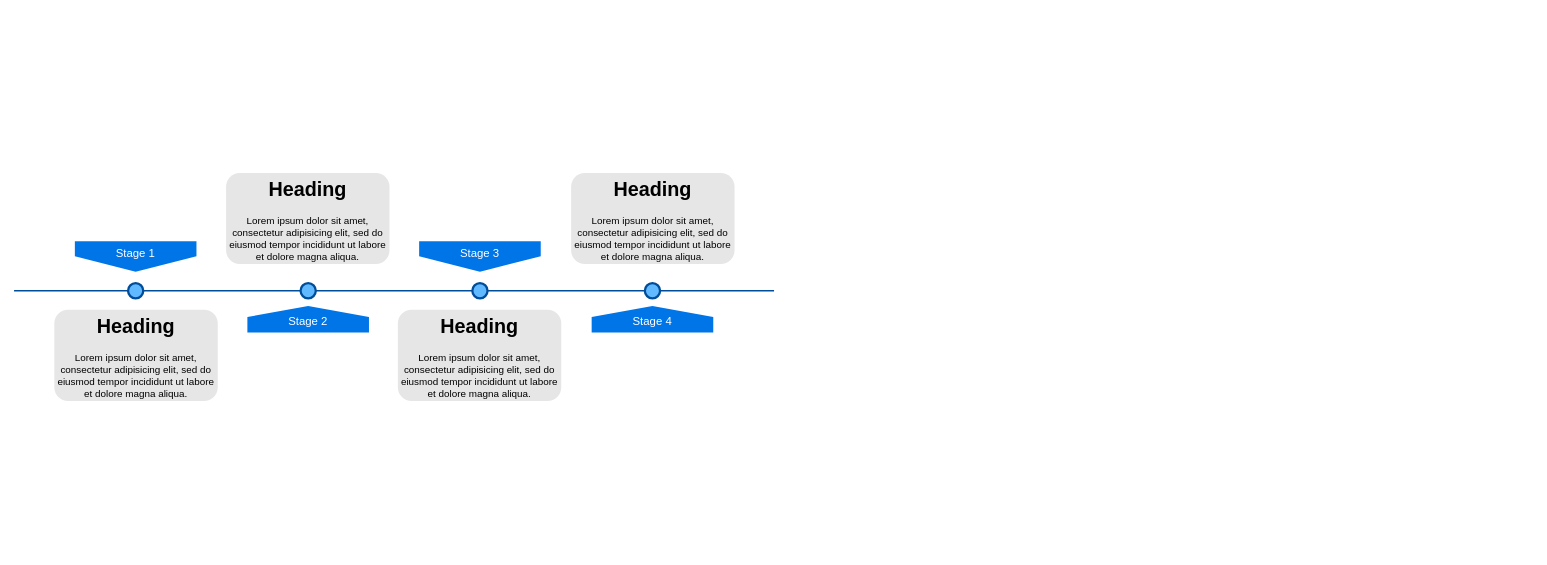
Before: 未命名绘图.drawio in warmsheep/my-example, a draw.io diagram. Source tidied: cells renumbered, new cells numbered last; positions are measured from the earlier drawing's top-left corner, leaving out a move shared by most shapes. Both pictures are drawn from the tidied source at 76%, with x=0, y=0 at pixel (14, 173).
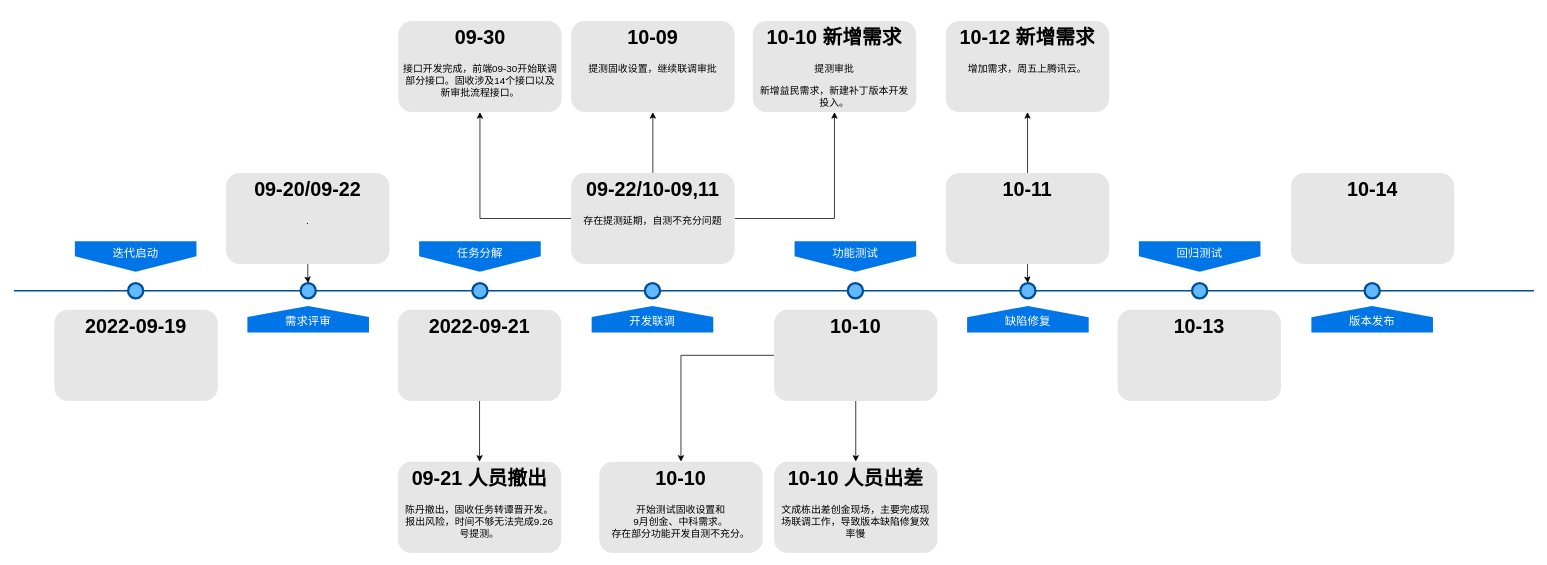
The same page after the edit.

Commit message:
更新未命名绘图.drawio

The change refers to these unchanged cells:
```xml
<mxCell id="8" style="ellipse;whiteSpace=wrap;html=1;fillColor=#61BAFF;fontSize=28;fontColor=#004D99;strokeWidth=3;strokeColor=#004D99;" parent="1" vertex="1">
  <mxGeometry x="377" y="145" width="20" height="20" as="geometry" />
</mxCell>
```

Diff of the diagram source:
```diff
@@
-    <mxCell id="3" value="Stage 1" style="shape=offPageConnector;whiteSpace=wrap;html=1;fillColor=#0075E8;fontSize=15;fontColor=#FFFFFF;size=0.5093750000000015;verticalAlign=top;strokeColor=none;" parent="1" vertex="1">
+    <mxCell id="3" value="迭代启动" style="shape=offPageConnector;whiteSpace=wrap;html=1;fillColor=#0075E8;fontSize=15;fontColor=#FFFFFF;size=0.5093750000000015;verticalAlign=top;strokeColor=none;" parent="1" vertex="1">
       <mxGeometry x="80" y="90" width="160" height="40" as="geometry" />
     </mxCell>
-    <mxCell id="4" value="&lt;span&gt;Stage 3&lt;/span&gt;" style="shape=offPageConnector;whiteSpace=wrap;html=1;fillColor=#0075E8;fontSize=15;fontColor=#FFFFFF;size=0.5093750000000015;verticalAlign=top;strokeColor=none;" parent="1" vertex="1">
+    <mxCell id="4" value="任务分解" style="shape=offPageConnector;whiteSpace=wrap;html=1;fillColor=#0075E8;fontSize=15;fontColor=#FFFFFF;size=0.5093750000000015;verticalAlign=top;strokeColor=none;" parent="1" vertex="1">
       <mxGeometry x="533" y="90" width="160" height="40" as="geometry" />
     </mxCell>
-    <mxCell id="5" value="&lt;span&gt;Stage 2&lt;/span&gt;" style="shape=offPageConnector;whiteSpace=wrap;html=1;fillColor=#0075E8;fontSize=15;fontColor=#FFFFFF;size=0.4178571428571445;flipV=1;verticalAlign=bottom;strokeColor=none;spacingBottom=4;" parent="1" vertex="1">
+    <mxCell id="5" value="&lt;span&gt;需求评审&lt;/span&gt;" style="shape=offPageConnector;whiteSpace=wrap;html=1;fillColor=#0075E8;fontSize=15;fontColor=#FFFFFF;size=0.4178571428571445;flipV=1;verticalAlign=bottom;strokeColor=none;spacingBottom=4;" parent="1" vertex="1">
       <mxGeometry x="307" y="175" width="160" height="35" as="geometry" />
     </mxCell>
-    <mxCell id="6" value="&lt;span&gt;Stage 4&lt;/span&gt;" style="shape=offPageConnector;whiteSpace=wrap;html=1;fillColor=#0075E8;fontSize=15;fontColor=#FFFFFF;size=0.4178571428571445;flipV=1;verticalAlign=bottom;strokeColor=none;spacingBottom=4;" parent="1" vertex="1">
+    <mxCell id="6" value="开发联调" style="shape=offPageConnector;whiteSpace=wrap;html=1;fillColor=#0075E8;fontSize=15;fontColor=#FFFFFF;size=0.4178571428571445;flipV=1;verticalAlign=bottom;strokeColor=none;spacingBottom=4;" parent="1" vertex="1">
       <mxGeometry x="760" y="175" width="160" height="35" as="geometry" />
     </mxCell>
@@
-    <mxCell id="11" value="&lt;h1&gt;Heading&lt;/h1&gt;&lt;p&gt;Lorem ipsum dolor sit amet, consectetur adipisicing elit, sed do eiusmod tempor incididunt ut labore et dolore magna aliqua.&lt;/p&gt;" style="text;html=1;spacing=5;spacingTop=-20;whiteSpace=wrap;overflow=hidden;strokeColor=none;strokeWidth=3;fillColor=#E6E6E6;fontSize=13;fontColor=#000000;align=center;rounded=1;" parent="1" vertex="1">
+    <mxCell id="11" value="&lt;h1&gt;2022-09-19&lt;/h1&gt;&lt;p&gt;&lt;br&gt;&lt;/p&gt;" style="text;html=1;spacing=5;spacingTop=-20;whiteSpace=wrap;overflow=hidden;strokeColor=none;strokeWidth=3;fillColor=#E6E6E6;fontSize=13;fontColor=#000000;align=center;rounded=1;" parent="1" vertex="1">
       <mxGeometry x="53" y="180" width="215" height="120" as="geometry" />
     </mxCell>
+    <mxCell id="15" style="edgeStyle=orthogonalEdgeStyle;rounded=0;jettySize=auto;html=1;" parent="1" edge="1" source="12" target="8">
+      <mxGeometry relative="1" as="geometry" />
+    </mxCell>
-    <mxCell id="12" value="&lt;h1&gt;Heading&lt;/h1&gt;&lt;p&gt;Lorem ipsum dolor sit amet, consectetur adipisicing elit, sed do eiusmod tempor incididunt ut labore et dolore magna aliqua.&lt;/p&gt;" style="text;html=1;spacing=5;spacingTop=-20;whiteSpace=wrap;overflow=hidden;strokeColor=none;strokeWidth=3;fillColor=#E6E6E6;fontSize=13;fontColor=#000000;align=center;rounded=1;" parent="1" vertex="1">
+    <mxCell id="12" value="&lt;h1&gt;09-20/09-22&lt;/h1&gt;&lt;p&gt;.&lt;/p&gt;" style="text;html=1;spacing=5;spacingTop=-20;whiteSpace=wrap;overflow=hidden;strokeColor=none;strokeWidth=3;fillColor=#E6E6E6;fontSize=13;fontColor=#000000;align=center;rounded=1;" parent="1" vertex="1">
       <mxGeometry x="279" width="215" height="120" as="geometry" />
     </mxCell>
+    <mxCell id="16" style="edgeStyle=orthogonalEdgeStyle;rounded=0;jettySize=auto;html=1;" parent="1" edge="1" source="13" target="37">
+      <mxGeometry relative="1" as="geometry" />
+    </mxCell>
-    <mxCell id="13" value="&lt;h1&gt;Heading&lt;/h1&gt;&lt;p&gt;Lorem ipsum dolor sit amet, consectetur adipisicing elit, sed do eiusmod tempor incididunt ut labore et dolore magna aliqua.&lt;/p&gt;" style="text;html=1;spacing=5;spacingTop=-20;whiteSpace=wrap;overflow=hidden;strokeColor=none;strokeWidth=3;fillColor=#E6E6E6;fontSize=13;fontColor=#000000;align=center;rounded=1;" parent="1" vertex="1">
+    <mxCell id="13" value="&lt;h1&gt;2022-09-21&lt;/h1&gt;&lt;p&gt;&lt;br&gt;&lt;/p&gt;" style="text;html=1;spacing=5;spacingTop=-20;whiteSpace=wrap;overflow=hidden;strokeColor=none;strokeWidth=3;fillColor=#E6E6E6;fontSize=13;fontColor=#000000;align=center;rounded=1;" parent="1" vertex="1">
       <mxGeometry x="505" y="180" width="215" height="120" as="geometry" />
     </mxCell>
+    <mxCell id="17" style="edgeStyle=orthogonalEdgeStyle;rounded=0;jettySize=auto;html=1;" parent="1" edge="1" source="14" target="38">
+      <mxGeometry relative="1" as="geometry" />
+    </mxCell>
+    <mxCell id="18" style="edgeStyle=orthogonalEdgeStyle;rounded=0;jettySize=auto;html=1;" parent="1" edge="1" source="14" target="40">
+      <mxGeometry relative="1" as="geometry" />
+    </mxCell>
+    <mxCell id="19" style="edgeStyle=orthogonalEdgeStyle;rounded=0;jettySize=auto;html=1;" parent="1" edge="1" source="14" target="41">
+      <mxGeometry relative="1" as="geometry" />
+    </mxCell>
-    <mxCell id="14" value="&lt;h1&gt;Heading&lt;/h1&gt;&lt;p&gt;Lorem ipsum dolor sit amet, consectetur adipisicing elit, sed do eiusmod tempor incididunt ut labore et dolore magna aliqua.&lt;/p&gt;" style="text;html=1;spacing=5;spacingTop=-20;whiteSpace=wrap;overflow=hidden;strokeColor=none;strokeWidth=3;fillColor=#E6E6E6;fontSize=13;fontColor=#000000;align=center;rounded=1;" parent="1" vertex="1">
+    <mxCell id="14" value="&lt;h1&gt;09-22/10-09,11&lt;/h1&gt;&lt;p&gt;存在提测延期，自测不充分问题&lt;/p&gt;" style="text;html=1;spacing=5;spacingTop=-20;whiteSpace=wrap;overflow=hidden;strokeColor=none;strokeWidth=3;fillColor=#E6E6E6;fontSize=13;fontColor=#000000;align=center;rounded=1;" parent="1" vertex="1">
       <mxGeometry x="733" width="215" height="120" as="geometry" />
     </mxCell>
+    <mxCell id="20" style="line;strokeWidth=2;html=1;fillColor=none;fontSize=28;fontColor=#004D99;strokeColor=#004D99;" parent="1" vertex="1">
+      <mxGeometry x="1000" y="150" width="1000" height="10" as="geometry" />
+    </mxCell>
+    <mxCell id="21" value="功能测试" style="shape=offPageConnector;whiteSpace=wrap;html=1;fillColor=#0075E8;fontSize=15;fontColor=#FFFFFF;size=0.5093750000000015;verticalAlign=top;strokeColor=none;" parent="1" vertex="1">
+      <mxGeometry x="1027" y="90" width="160" height="40" as="geometry" />
+    </mxCell>
+    <mxCell id="22" value="回归测试" style="shape=offPageConnector;whiteSpace=wrap;html=1;fillColor=#0075E8;fontSize=15;fontColor=#FFFFFF;size=0.5093750000000015;verticalAlign=top;strokeColor=none;" parent="1" vertex="1">
+      <mxGeometry x="1480" y="90" width="160" height="40" as="geometry" />
+    </mxCell>
+    <mxCell id="23" value="缺陷修复" style="shape=offPageConnector;whiteSpace=wrap;html=1;fillColor=#0075E8;fontSize=15;fontColor=#FFFFFF;size=0.42857142857142855;flipV=1;verticalAlign=bottom;strokeColor=none;spacingBottom=4;" parent="1" vertex="1">
+      <mxGeometry x="1254" y="175" width="160" height="35" as="geometry" />
+    </mxCell>
+    <mxCell id="24" value="版本发布" style="shape=offPageConnector;whiteSpace=wrap;html=1;fillColor=#0075E8;fontSize=15;fontColor=#FFFFFF;size=0.42857142857142855;flipV=1;verticalAlign=bottom;strokeColor=none;spacingBottom=4;" parent="1" vertex="1">
+      <mxGeometry x="1707" y="175" width="160" height="35" as="geometry" />
+    </mxCell>
+    <mxCell id="25" style="ellipse;whiteSpace=wrap;html=1;fillColor=#61BAFF;fontSize=28;fontColor=#004D99;strokeWidth=3;strokeColor=#004D99;" parent="1" vertex="1">
+      <mxGeometry x="1097" y="145" width="20" height="20" as="geometry" />
+    </mxCell>
+    <mxCell id="26" style="ellipse;whiteSpace=wrap;html=1;fillColor=#61BAFF;fontSize=28;fontColor=#004D99;strokeWidth=3;strokeColor=#004D99;" parent="1" vertex="1">
+      <mxGeometry x="1324" y="145" width="20" height="20" as="geometry" />
+    </mxCell>
+    <mxCell id="27" style="ellipse;whiteSpace=wrap;html=1;fillColor=#61BAFF;fontSize=28;fontColor=#004D99;strokeWidth=3;strokeColor=#004D99;" parent="1" vertex="1">
+      <mxGeometry x="1550" y="145" width="20" height="20" as="geometry" />
+    </mxCell>
+    <mxCell id="28" style="ellipse;whiteSpace=wrap;html=1;fillColor=#61BAFF;fontSize=28;fontColor=#004D99;strokeWidth=3;strokeColor=#004D99;" parent="1" vertex="1">
+      <mxGeometry x="1777" y="145" width="20" height="20" as="geometry" />
+    </mxCell>
+    <mxCell id="29" style="edgeStyle=orthogonalEdgeStyle;rounded=0;jettySize=auto;html=1;" parent="1" edge="1" source="31" target="39">
+      <mxGeometry relative="1" as="geometry" />
+    </mxCell>
+    <mxCell id="30" style="edgeStyle=orthogonalEdgeStyle;rounded=0;jettySize=auto;html=1;" parent="1" edge="1" source="31" target="42">
+      <mxGeometry relative="1" as="geometry" />
+    </mxCell>
+    <mxCell id="31" value="&lt;h1&gt;10-10&lt;/h1&gt;&lt;p&gt;&lt;br&gt;&lt;/p&gt;" style="text;html=1;spacing=5;spacingTop=-20;whiteSpace=wrap;overflow=hidden;strokeColor=none;strokeWidth=3;fillColor=#E6E6E6;fontSize=13;fontColor=#000000;align=center;rounded=1;" parent="1" vertex="1">
+      <mxGeometry x="1000" y="180" width="215" height="120" as="geometry" />
+    </mxCell>
+    <mxCell id="32" style="edgeStyle=orthogonalEdgeStyle;rounded=0;jettySize=auto;html=1;" parent="1" edge="1" source="34" target="26">
+      <mxGeometry relative="1" as="geometry" />
+    </mxCell>
+    <mxCell id="33" style="edgeStyle=orthogonalEdgeStyle;rounded=0;jettySize=auto;html=1;" parent="1" edge="1" source="34" target="43">
+      <mxGeometry relative="1" as="geometry" />
+    </mxCell>
+    <mxCell id="34" value="&lt;h1&gt;10-11&lt;/h1&gt;&lt;p&gt;&lt;br&gt;&lt;/p&gt;" style="text;html=1;spacing=5;spacingTop=-20;whiteSpace=wrap;overflow=hidden;strokeColor=none;strokeWidth=3;fillColor=#E6E6E6;fontSize=13;fontColor=#000000;align=center;rounded=1;" parent="1" vertex="1">
+      <mxGeometry x="1226" width="215" height="120" as="geometry" />
+    </mxCell>
+    <mxCell id="35" value="&lt;h1&gt;10-13&lt;/h1&gt;&lt;p&gt;&lt;br&gt;&lt;/p&gt;" style="text;html=1;spacing=5;spacingTop=-20;whiteSpace=wrap;overflow=hidden;strokeColor=none;strokeWidth=3;fillColor=#E6E6E6;fontSize=13;fontColor=#000000;align=center;rounded=1;" parent="1" vertex="1">
+      <mxGeometry x="1452" y="180" width="215" height="120" as="geometry" />
+    </mxCell>
+    <mxCell id="36" value="&lt;h1&gt;10-14&lt;/h1&gt;&lt;p&gt;&lt;br&gt;&lt;/p&gt;" style="text;html=1;spacing=5;spacingTop=-20;whiteSpace=wrap;overflow=hidden;strokeColor=none;strokeWidth=3;fillColor=#E6E6E6;fontSize=13;fontColor=#000000;align=center;rounded=1;" parent="1" vertex="1">
+      <mxGeometry x="1680" width="215" height="120" as="geometry" />
+    </mxCell>
+    <mxCell id="37" value="&lt;h1&gt;09-21 人员撤出&lt;/h1&gt;&lt;p&gt;陈丹撤出，固收任务转谭晋开发。&lt;span style=&quot;background-color: initial;&quot;&gt;报出风险，时间不够无法完成9.26号提测。&lt;/span&gt;&lt;/p&gt;" style="text;html=1;spacing=5;spacingTop=-20;whiteSpace=wrap;overflow=hidden;strokeColor=none;strokeWidth=3;fillColor=#E6E6E6;fontSize=13;fontColor=#000000;align=center;rounded=1;" parent="1" vertex="1">
+      <mxGeometry x="505" y="380" width="215" height="120" as="geometry" />
+    </mxCell>
+    <mxCell id="38" value="&lt;h1&gt;10-09&lt;/h1&gt;&lt;h1&gt;&lt;p style=&quot;font-size: 13px; font-weight: 400;&quot;&gt;提测固收设置，继续联调审批&lt;/p&gt;&lt;/h1&gt;" style="text;html=1;spacing=5;spacingTop=-20;whiteSpace=wrap;overflow=hidden;strokeColor=none;strokeWidth=3;fillColor=#E6E6E6;fontSize=13;fontColor=#000000;align=center;rounded=1;" parent="1" vertex="1">
+      <mxGeometry x="733" y="-200" width="215" height="120" as="geometry" />
+    </mxCell>
+    <mxCell id="39" value="&lt;h1&gt;10-10 人员出差&lt;/h1&gt;&lt;p&gt;文成栋出差创金现场，主要完成现场联调工作，导致版本缺陷修复效率慢&lt;/p&gt;" style="text;html=1;spacing=5;spacingTop=-20;whiteSpace=wrap;overflow=hidden;strokeColor=none;strokeWidth=3;fillColor=#E6E6E6;fontSize=13;fontColor=#000000;align=center;rounded=1;" parent="1" vertex="1">
+      <mxGeometry x="1000" y="380" width="215" height="120" as="geometry" />
+    </mxCell>
+    <mxCell id="40" value="&lt;h1&gt;09-30&lt;/h1&gt;&lt;h1&gt;&lt;p style=&quot;font-size: 13px; font-weight: 400;&quot;&gt;接口开发完成，前端09-30开始联调部分接口。&lt;span style=&quot;background-color: initial;&quot;&gt;固收涉及14个接口以及新审批流程接口。&lt;/span&gt;&lt;/p&gt;&lt;/h1&gt;" style="text;html=1;spacing=5;spacingTop=-20;whiteSpace=wrap;overflow=hidden;strokeColor=none;strokeWidth=3;fillColor=#E6E6E6;fontSize=13;fontColor=#000000;align=center;rounded=1;" parent="1" vertex="1">
+      <mxGeometry x="505.5" y="-200" width="215" height="120" as="geometry" />
+    </mxCell>
+    <mxCell id="41" value="&lt;h1&gt;10-10 新增需求&lt;/h1&gt;&lt;p&gt;提测审批&lt;/p&gt;&lt;p&gt;新增益民需求，新建补丁版本开发投入。&lt;/p&gt;" style="text;html=1;spacing=5;spacingTop=-20;whiteSpace=wrap;overflow=hidden;strokeColor=none;strokeWidth=3;fillColor=#E6E6E6;fontSize=13;fontColor=#000000;align=center;rounded=1;" parent="1" vertex="1">
+      <mxGeometry x="972" y="-200" width="215" height="120" as="geometry" />
+    </mxCell>
+    <mxCell id="42" value="&lt;h1&gt;10-10&lt;/h1&gt;&lt;div&gt;开始测试固收设置和&lt;/div&gt;&lt;div&gt;9月创金、中科需求。&lt;/div&gt;&lt;div&gt;存在部分功能开发自测不充分。&lt;/div&gt;" style="text;html=1;spacing=5;spacingTop=-20;whiteSpace=wrap;overflow=hidden;strokeColor=none;strokeWidth=3;fillColor=#E6E6E6;fontSize=13;fontColor=#000000;align=center;rounded=1;" parent="1" vertex="1">
+      <mxGeometry x="770" y="380" width="215" height="120" as="geometry" />
+    </mxCell>
+    <mxCell id="43" value="&lt;h1&gt;10-12 新增需求&lt;/h1&gt;&lt;p&gt;增加需求，&lt;span style=&quot;background-color: initial;&quot;&gt;周五上腾讯云。&lt;/span&gt;&lt;/p&gt;" style="text;html=1;spacing=5;spacingTop=-20;whiteSpace=wrap;overflow=hidden;strokeColor=none;strokeWidth=3;fillColor=#E6E6E6;fontSize=13;fontColor=#000000;align=center;rounded=1;" parent="1" vertex="1">
+      <mxGeometry x="1226" y="-200" width="215" height="120" as="geometry" />
+    </mxCell>
```
